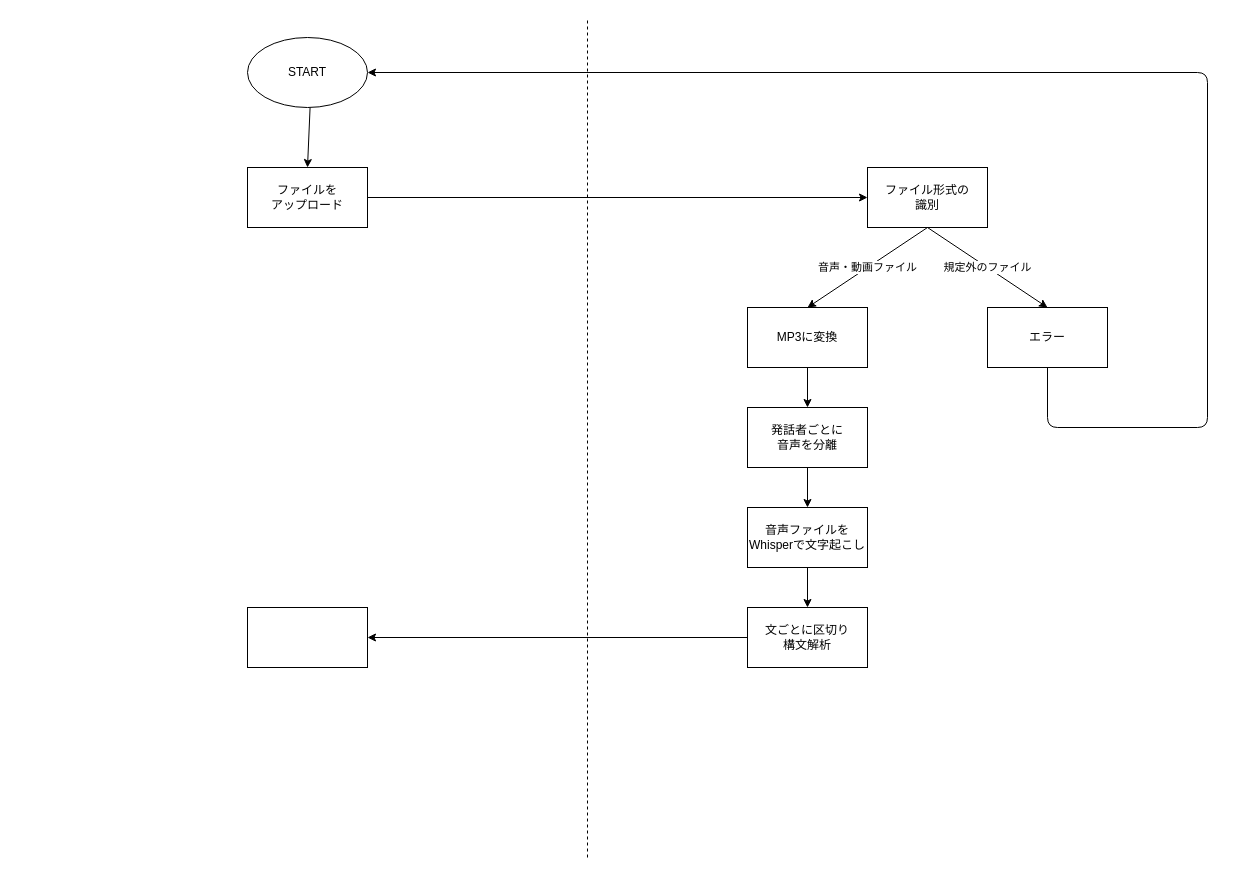
This is docs/Blueprint.dio from IuiF/HearAnalyzer, a draw.io file, before an edit. Source tidied: cells renumbered, new cells numbered last; positions are measured from the earlier drawing's top-left corner, leaving out a move shared by most shapes. Both pictures are drawn from the tidied source at 100%, with x=0, y=0 at pixel (247, 17).
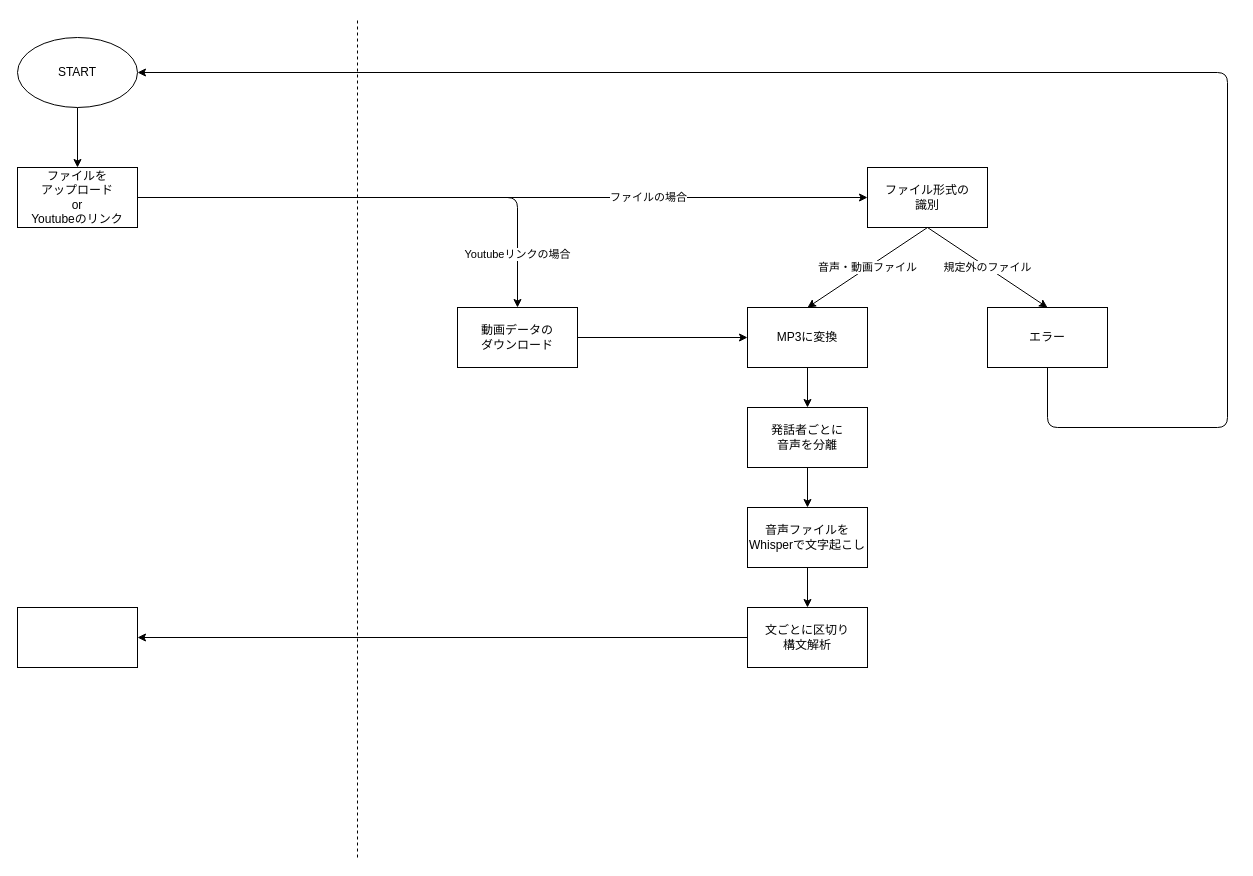
The same page after the edit.

Unchanged cells that the change refers to:
```xml
<mxCell id="2" value="ファイル形式の&lt;br&gt;識別" style="rounded=0;whiteSpace=wrap;html=1;" parent="1" vertex="1">
  <mxGeometry x="620" y="150" width="120" height="60" as="geometry" />
</mxCell>
<mxCell id="6" value="MP3に変換" style="whiteSpace=wrap;html=1;rounded=0;" parent="1" vertex="1">
  <mxGeometry x="500" y="290" width="120" height="60" as="geometry" />
</mxCell>
<mxCell id="8" value="エラー" style="whiteSpace=wrap;html=1;rounded=0;" parent="1" vertex="1">
  <mxGeometry x="740" y="290" width="120" height="60" as="geometry" />
</mxCell>
```

Diff of the diagram source:
```diff
@@
     <mxCell id="7" style="edgeStyle=none;html=1;exitX=0.5;exitY=1;exitDx=0;exitDy=0;entryX=1;entryY=0.5;entryDx=0;entryDy=0;" parent="1" edge="1" source="8" target="10">
       <mxGeometry relative="1" as="geometry">
         <Array as="points">
           <mxPoint x="800" y="410" />
-          <mxPoint x="960" y="410" />
-          <mxPoint x="960" y="55" />
+          <mxPoint x="980" y="410" />
+          <mxPoint x="980" y="55" />
         </Array>
       </mxGeometry>
     </mxCell>
@@
     <mxCell id="10" value="START" style="ellipse;whiteSpace=wrap;html=1;" parent="1" vertex="1">
-      <mxGeometry y="20" width="120" height="70" as="geometry" />
+      <mxGeometry x="-230" y="20" width="120" height="70" as="geometry" />
     </mxCell>
@@
     <mxCell id="17" style="whiteSpace=wrap;html=1;rounded=0;" parent="1" vertex="1">
-      <mxGeometry y="590" width="120" height="60" as="geometry" />
+      <mxGeometry x="-230" y="590" width="120" height="60" as="geometry" />
     </mxCell>
     <mxCell id="18" style="endArrow=none;dashed=1;html=1;" parent="1" edge="1">
       <mxGeometry relative="1" as="geometry">
-        <mxPoint x="340" y="840" as="sourcePoint" />
-        <mxPoint x="340" as="targetPoint" />
+        <mxPoint x="110" y="840" as="sourcePoint" />
+        <mxPoint x="110" as="targetPoint" />
       </mxGeometry>
     </mxCell>
-    <mxCell id="19" style="edgeStyle=none;html=1;exitX=1;exitY=0.5;exitDx=0;exitDy=0;entryX=0;entryY=0.5;entryDx=0;entryDy=0;" parent="1" edge="1" source="20" target="2">
-      <mxGeometry relative="1" as="geometry" />
+    <mxCell id="19" value="ファイルの場合" style="edgeStyle=none;html=1;exitX=1;exitY=0.5;exitDx=0;exitDy=0;entryX=0;entryY=0.5;entryDx=0;entryDy=0;" parent="1" edge="1" source="20" target="2">
+      <mxGeometry x="0.4" relative="1" as="geometry" />
     </mxCell>
-    <mxCell id="20" value="ファイルを&lt;br&gt;アップロード" style="whiteSpace=wrap;html=1;" parent="1" vertex="1">
-      <mxGeometry y="150" width="120" height="60" as="geometry" />
+    <mxCell id="20" value="ファイルを&lt;br&gt;アップロード&lt;br&gt;or&lt;br&gt;Youtubeのリンク" style="whiteSpace=wrap;html=1;" parent="1" vertex="1">
+      <mxGeometry x="-230" y="150" width="120" height="60" as="geometry" />
     </mxCell>
+    <mxCell id="21" value="Youtubeリンクの場合" style="endArrow=classic;html=1;entryX=0.5;entryY=0;entryDx=0;entryDy=0;" parent="1" edge="1" target="23">
+      <mxGeometry x="0.38" relative="1" as="geometry">
+        <mxPoint x="210" y="180" as="sourcePoint" />
+        <Array as="points">
+          <mxPoint x="270" y="180" />
+        </Array>
+      </mxGeometry>
+    </mxCell>
+    <mxCell id="22" style="edgeStyle=none;html=1;exitX=1;exitY=0.5;exitDx=0;exitDy=0;entryX=0;entryY=0.5;entryDx=0;entryDy=0;" parent="1" edge="1" source="23" target="6">
+      <mxGeometry relative="1" as="geometry" />
+    </mxCell>
+    <mxCell id="23" value="動画データの&lt;br&gt;ダウンロード" style="whiteSpace=wrap;html=1;rounded=0;" parent="1" vertex="1">
+      <mxGeometry x="210" y="290" width="120" height="60" as="geometry" />
+    </mxCell>
```
